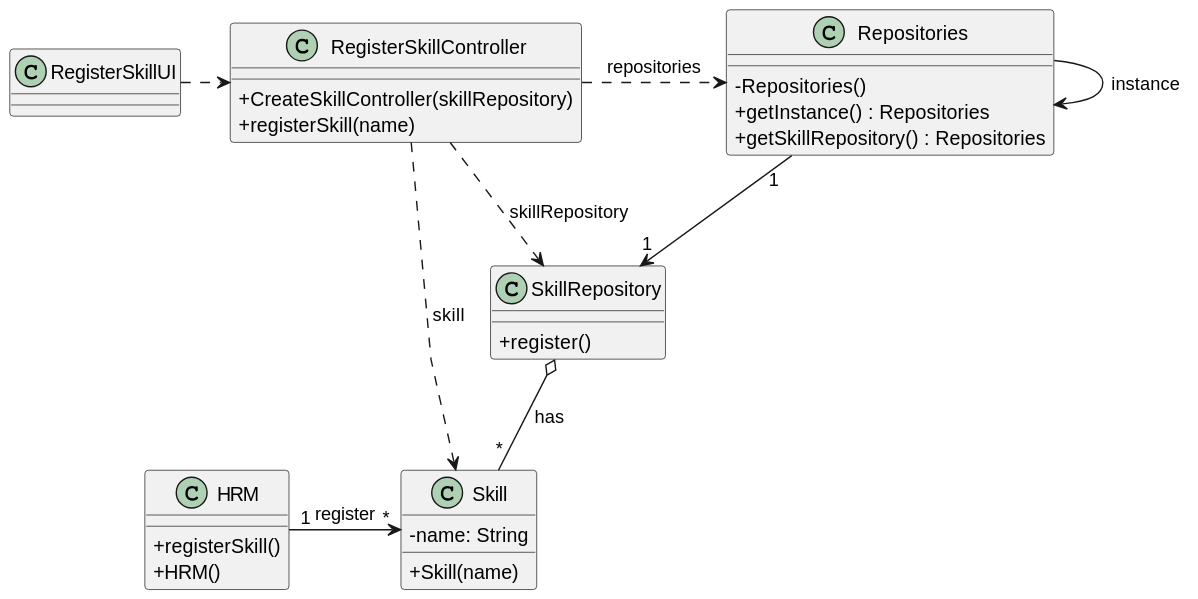
The PlantUML diagram docs/sprintB/us001/03.design/svg/us001-class-diagram.svg in diogoveirospro/lei-24-s2-1dg-g072, before a commit.
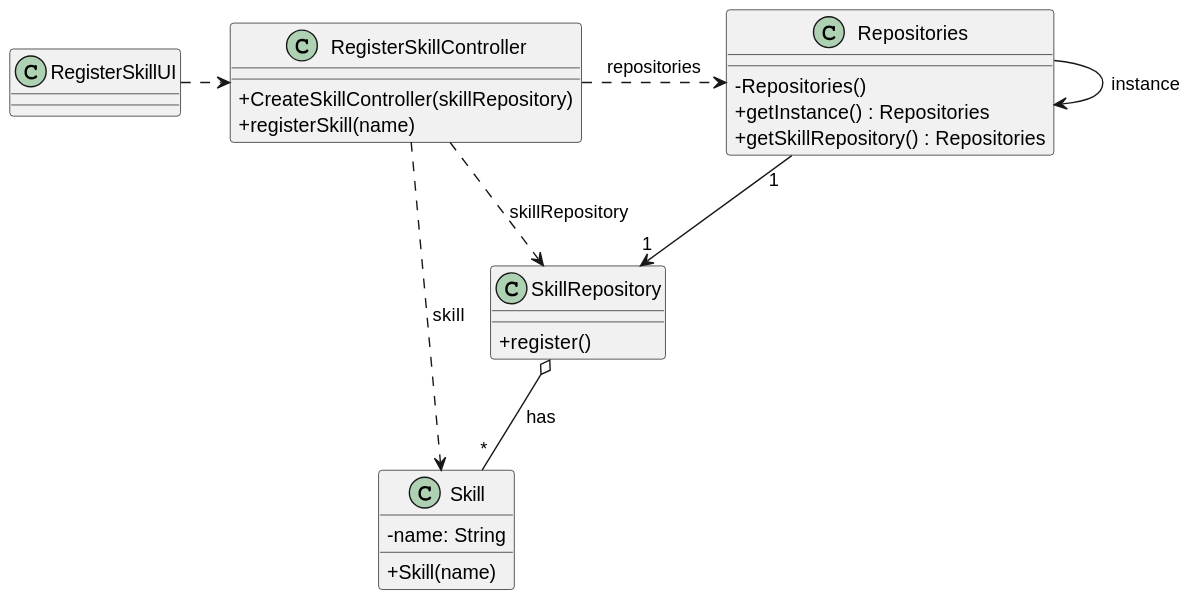
Above is the later version.

The edit, as a diff of the source:
```diff
@@ -10,11 +10,6 @@
     - name: String
 
     + Skill(name)
-}
-
-class HRM{
-    + registerSkill()
-    + HRM()
 }
 class RegisterSkillUI {
 
@@ -43,5 +38,4 @@
 SkillRepository o-- "*" Skill : has
 RegisterSkillController .> SkillRepository : skillRepository
 RegisterSkillController .> Skill : skill
-HRM "1" -> "*" Skill: register
 @enduml
```
